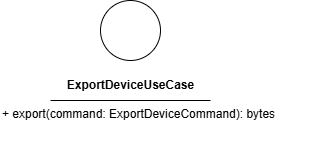
Before: src/PB/DocumentazioneEsterna/Specifica_Tecnica/content/05-diagrammi-classi/uml/png/Export/ExportDeviceUseCase.png, a diagram exported from draw.io (GroupRubberDuck/Documentazione). Source tidied: cells renumbered, new cells last; positions are measured from the earlier drawing's top-left corner, leaving out a move shared by most shapes.
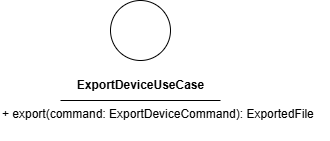
The same file after the commit.

The edit, as a diff of the source:
```diff
@@ -17,8 +17,8 @@
         </Array>
       </mxGeometry>
     </mxCell>
-    <mxCell id="5" value="+ export(command: ExportDeviceCommand): bytes" style="text;whiteSpace=wrap;html=1;" parent="1" vertex="1">
-      <mxGeometry y="100" width="310" height="40" as="geometry" />
+    <mxCell id="5" value="+ export(command: ExportDeviceCommand): ExportedFile&lt;div&gt;&lt;br&gt;&lt;/div&gt;" style="text;whiteSpace=wrap;html=1;" parent="1" vertex="1">
+      <mxGeometry x="-10" y="100" width="330" height="40" as="geometry" />
     </mxCell>
   </root>
 </mxGraphModel>
```
